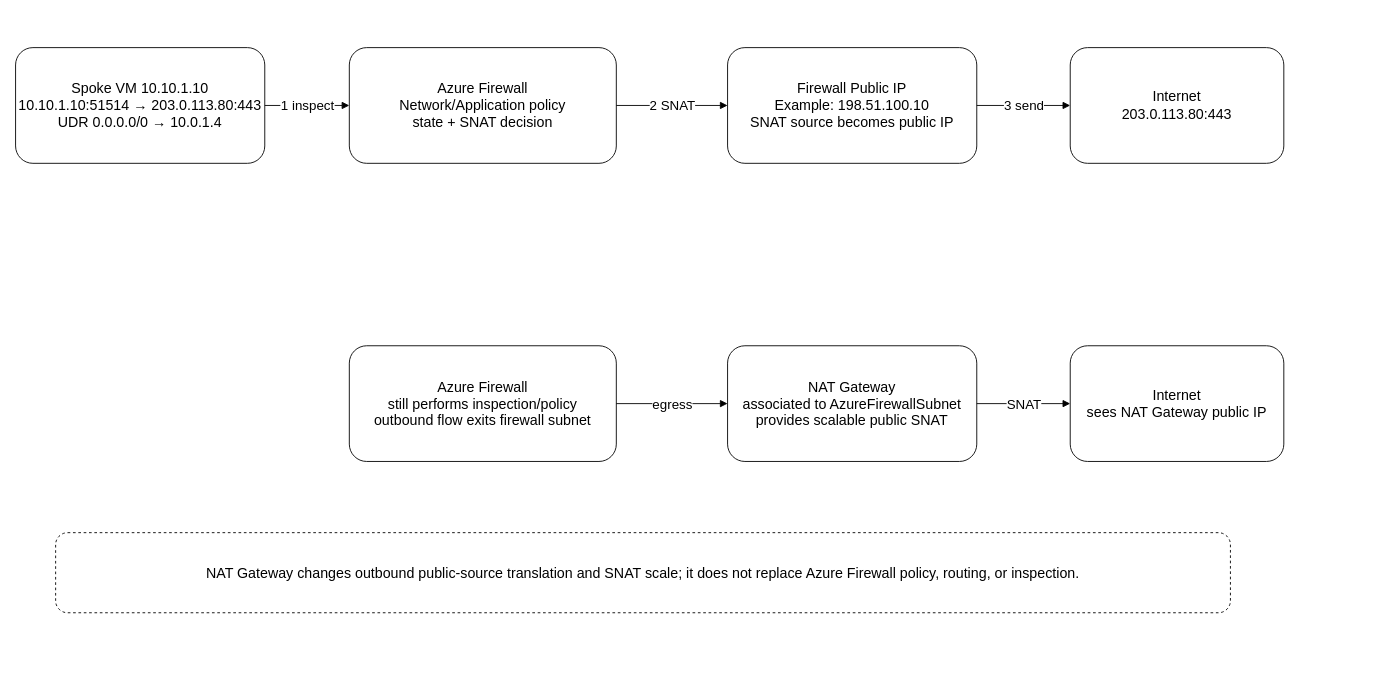
Before: images/09-05-26-18-55_method1_internet_egress_nat.drawio in ccaiccie/knowledge, a draw.io diagram. Source tidied: cells renumbered, new cells numbered last; positions are measured from the earlier drawing's top-left corner, leaving out a move shared by most shapes. Both pictures are drawn from the tidied source at 89%, with x=0, y=0 at pixel (15, 47).
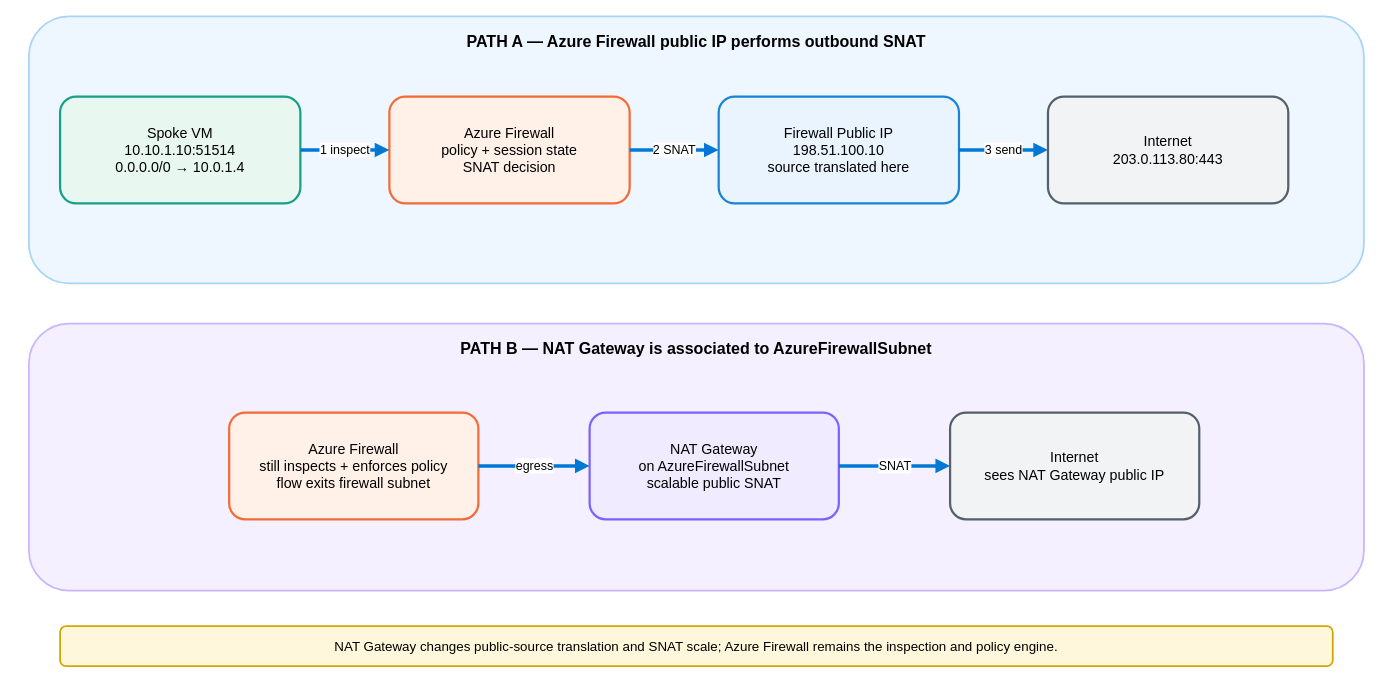
The same diagram, later.

Commit message:
Match Internet egress draw.io to redesigned SVG

Change to the diagram source:
```diff
@@
 <mxGraphModel>
   <root>
     <mxCell id="0" />
     <mxCell id="1" parent="0" />
+    <mxCell id="15" value="PATH A — Azure Firewall public IP performs outbound SNAT" style="rounded=1;whiteSpace=wrap;html=1;verticalAlign=top;fontStyle=1;fontSize=18;spacingTop=12;fillColor=#EEF7FF;strokeColor=#A8D5F5;strokeWidth=2;" parent="1" vertex="1">
+      <mxGeometry x="15" y="-35" width="1500" height="300" as="geometry" />
+    </mxCell>
-    <mxCell id="2" value="Spoke VM 10.10.1.10&#10;10.10.1.10:51514 → 203.0.113.80:443&#10;UDR 0.0.0.0/0 → 10.0.1.4" style="rounded=1;whiteSpace=wrap;html=1;fontSize=16;" parent="1" vertex="1">
-      <mxGeometry width="280" height="130" as="geometry" />
+    <mxCell id="2" value="Spoke VM&#10;10.10.1.10:51514&#10;0.0.0.0/0 → 10.0.1.4" style="rounded=1;whiteSpace=wrap;html=1;fontSize=16;fillColor=#E8F7F0;strokeColor=#16A085;strokeWidth=2.5;" parent="1" vertex="1">
+      <mxGeometry x="50" y="55" width="270" height="120" as="geometry" />
     </mxCell>
-    <mxCell id="3" value="Azure Firewall&#10;Network/Application policy&#10;state + SNAT decision" style="rounded=1;whiteSpace=wrap;html=1;fontSize=16;" parent="1" vertex="1">
-      <mxGeometry x="375" width="300" height="130" as="geometry" />
+    <mxCell id="3" value="Azure Firewall&#10;policy + session state&#10;SNAT decision" style="rounded=1;whiteSpace=wrap;html=1;fontSize=16;fillColor=#FFF1E8;strokeColor=#F26B38;strokeWidth=2.5;" parent="1" vertex="1">
+      <mxGeometry x="420" y="55" width="270" height="120" as="geometry" />
     </mxCell>
-    <mxCell id="4" value="Firewall Public IP&#10;Example: 198.51.100.10&#10;SNAT source becomes public IP" style="rounded=1;whiteSpace=wrap;html=1;fontSize=16;" parent="1" vertex="1">
-      <mxGeometry x="800" width="280" height="130" as="geometry" />
+    <mxCell id="4" value="Firewall Public IP&#10;198.51.100.10&#10;source translated here" style="rounded=1;whiteSpace=wrap;html=1;fontSize=16;fillColor=#E9F4FF;strokeColor=#1784D5;strokeWidth=2.5;" parent="1" vertex="1">
+      <mxGeometry x="790" y="55" width="270" height="120" as="geometry" />
     </mxCell>
-    <mxCell id="5" value="Internet&#10;203.0.113.80:443" style="rounded=1;whiteSpace=wrap;html=1;fontSize=16;" parent="1" vertex="1">
-      <mxGeometry x="1185" width="240" height="130" as="geometry" />
+    <mxCell id="5" value="Internet&#10;203.0.113.80:443" style="rounded=1;whiteSpace=wrap;html=1;fontSize=16;fillColor=#F1F3F5;strokeColor=#56606B;strokeWidth=2.5;" parent="1" vertex="1">
+      <mxGeometry x="1160" y="55" width="270" height="120" as="geometry" />
     </mxCell>
-    <mxCell id="6" value="1 inspect" style="edgeStyle=orthogonalEdgeStyle;html=1;endArrow=block;fontSize=15;" parent="1" edge="1" source="2" target="3">
+    <mxCell id="6" value="1 inspect" style="edgeStyle=orthogonalEdgeStyle;html=1;strokeColor=#0078D4;strokeWidth=4;endArrow=block;fontSize=14;" parent="1" edge="1" source="2" target="3">
       <mxGeometry relative="1" as="geometry" />
     </mxCell>
-    <mxCell id="7" value="2 SNAT" style="edgeStyle=orthogonalEdgeStyle;html=1;endArrow=block;fontSize=15;" parent="1" edge="1" source="3" target="4">
+    <mxCell id="7" value="2 SNAT" style="edgeStyle=orthogonalEdgeStyle;html=1;strokeColor=#0078D4;strokeWidth=4;endArrow=block;fontSize=14;" parent="1" edge="1" source="3" target="4">
       <mxGeometry relative="1" as="geometry" />
     </mxCell>
-    <mxCell id="8" value="3 send" style="edgeStyle=orthogonalEdgeStyle;html=1;endArrow=block;fontSize=15;" parent="1" edge="1" source="4" target="5">
+    <mxCell id="8" value="3 send" style="edgeStyle=orthogonalEdgeStyle;html=1;strokeColor=#0078D4;strokeWidth=4;endArrow=block;fontSize=14;" parent="1" edge="1" source="4" target="5">
       <mxGeometry relative="1" as="geometry" />
     </mxCell>
+    <mxCell id="16" value="PATH B — NAT Gateway is associated to AzureFirewallSubnet" style="rounded=1;whiteSpace=wrap;html=1;verticalAlign=top;fontStyle=1;fontSize=18;spacingTop=12;fillColor=#F5F0FF;strokeColor=#C8B6FF;strokeWidth=2;" parent="1" vertex="1">
+      <mxGeometry x="15" y="310" width="1500" height="300" as="geometry" />
+    </mxCell>
-    <mxCell id="9" value="Azure Firewall&#10;still performs inspection/policy&#10;outbound flow exits firewall subnet" style="rounded=1;whiteSpace=wrap;html=1;fontSize=16;" parent="1" vertex="1">
-      <mxGeometry x="375" y="335" width="300" height="130" as="geometry" />
+    <mxCell id="9" value="Azure Firewall&#10;still inspects + enforces policy&#10;flow exits firewall subnet" style="rounded=1;whiteSpace=wrap;html=1;fontSize=16;fillColor=#FFF1E8;strokeColor=#F26B38;strokeWidth=2.5;" parent="1" vertex="1">
+      <mxGeometry x="240" y="410" width="280" height="120" as="geometry" />
     </mxCell>
-    <mxCell id="10" value="NAT Gateway&#10;associated to AzureFirewallSubnet&#10;provides scalable public SNAT" style="rounded=1;whiteSpace=wrap;html=1;fontSize=16;" parent="1" vertex="1">
-      <mxGeometry x="800" y="335" width="280" height="130" as="geometry" />
+    <mxCell id="10" value="NAT Gateway&#10;on AzureFirewallSubnet&#10;scalable public SNAT" style="rounded=1;whiteSpace=wrap;html=1;fontSize=16;fillColor=#F1EBFF;strokeColor=#7B61FF;strokeWidth=2.5;" parent="1" vertex="1">
+      <mxGeometry x="645" y="410" width="280" height="120" as="geometry" />
     </mxCell>
-    <mxCell id="11" value="Internet&#10;sees NAT Gateway public IP" style="rounded=1;whiteSpace=wrap;html=1;fontSize=16;" parent="1" vertex="1">
-      <mxGeometry x="1185" y="335" width="240" height="130" as="geometry" />
+    <mxCell id="11" value="Internet&#10;sees NAT Gateway public IP" style="rounded=1;whiteSpace=wrap;html=1;fontSize=16;fillColor=#F1F3F5;strokeColor=#56606B;strokeWidth=2.5;" parent="1" vertex="1">
+      <mxGeometry x="1050" y="410" width="280" height="120" as="geometry" />
     </mxCell>
-    <mxCell id="12" value="egress" style="edgeStyle=orthogonalEdgeStyle;html=1;endArrow=block;fontSize=15;" parent="1" edge="1" source="9" target="10">
+    <mxCell id="12" value="egress" style="edgeStyle=orthogonalEdgeStyle;html=1;strokeColor=#0078D4;strokeWidth=4;endArrow=block;fontSize=14;" parent="1" edge="1" source="9" target="10">
       <mxGeometry relative="1" as="geometry" />
     </mxCell>
-    <mxCell id="13" value="SNAT" style="edgeStyle=orthogonalEdgeStyle;html=1;endArrow=block;fontSize=15;" parent="1" edge="1" source="10" target="11">
+    <mxCell id="13" value="SNAT" style="edgeStyle=orthogonalEdgeStyle;html=1;strokeColor=#0078D4;strokeWidth=4;endArrow=block;fontSize=14;" parent="1" edge="1" source="10" target="11">
       <mxGeometry relative="1" as="geometry" />
     </mxCell>
-    <mxCell id="14" value="NAT Gateway changes outbound public-source translation and SNAT scale; it does not replace Azure Firewall policy, routing, or inspection." style="rounded=1;whiteSpace=wrap;html=1;dashed=1;fontSize=16;" parent="1" vertex="1">
-      <mxGeometry x="45" y="545" width="1320" height="90" as="geometry" />
+    <mxCell id="14" value="NAT Gateway changes public-source translation and SNAT scale; Azure Firewall remains the inspection and policy engine." style="rounded=1;whiteSpace=wrap;html=1;fontSize=15;fillColor=#FFF7DB;strokeColor=#D6A500;strokeWidth=2;" parent="1" vertex="1">
+      <mxGeometry x="50" y="650" width="1430" height="45" as="geometry" />
     </mxCell>
   </root>
 </mxGraphModel>
```
